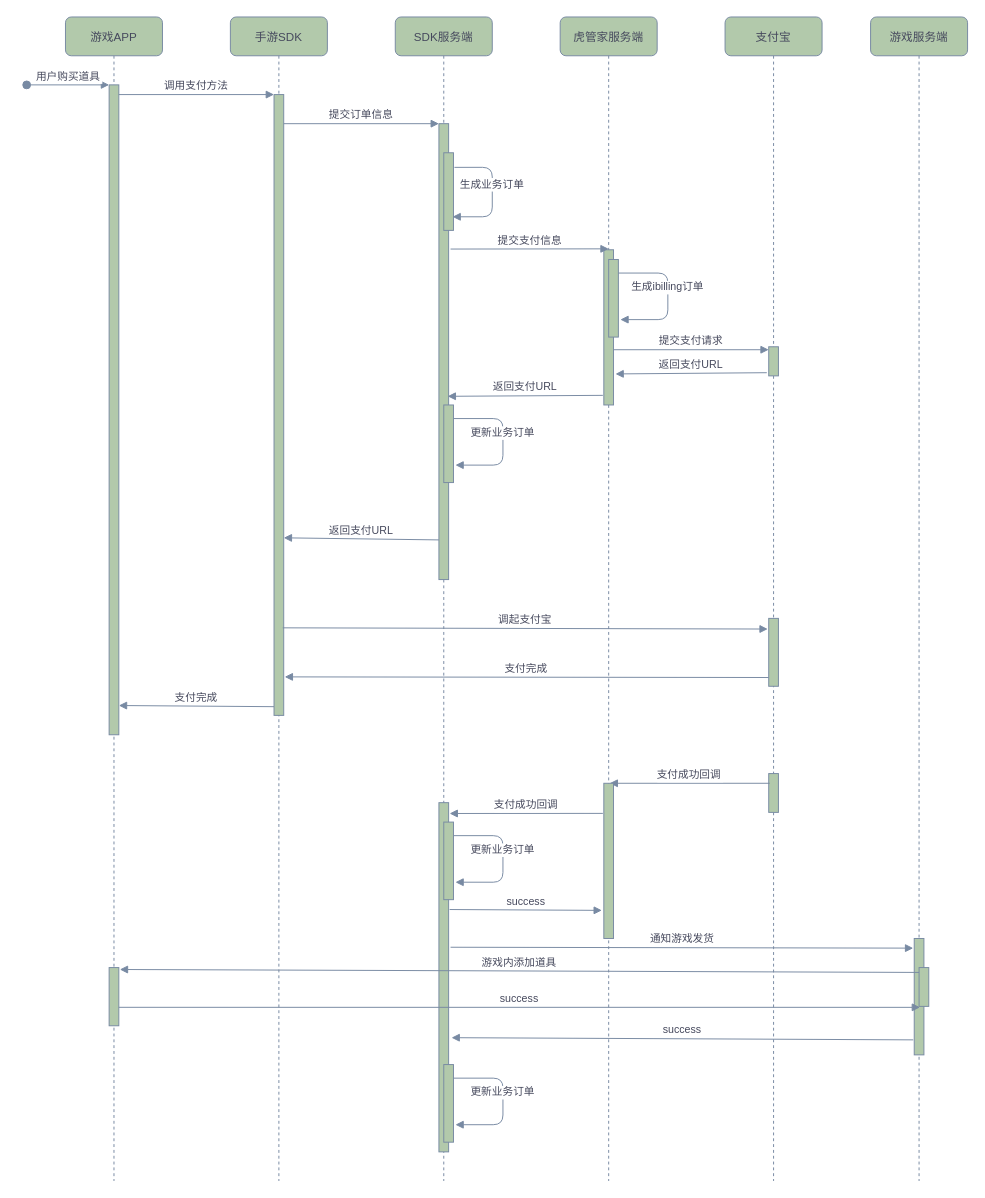
Before: Untitled Diagram.drawio in hmysy/TU, a draw.io diagram. Source tidied: cells renumbered, new cells numbered last; positions are measured from the earlier drawing's top-left corner, leaving out a move shared by most shapes. Both pictures are drawn from the tidied source at 97%, with x=0, y=0 at pixel (26, 16).
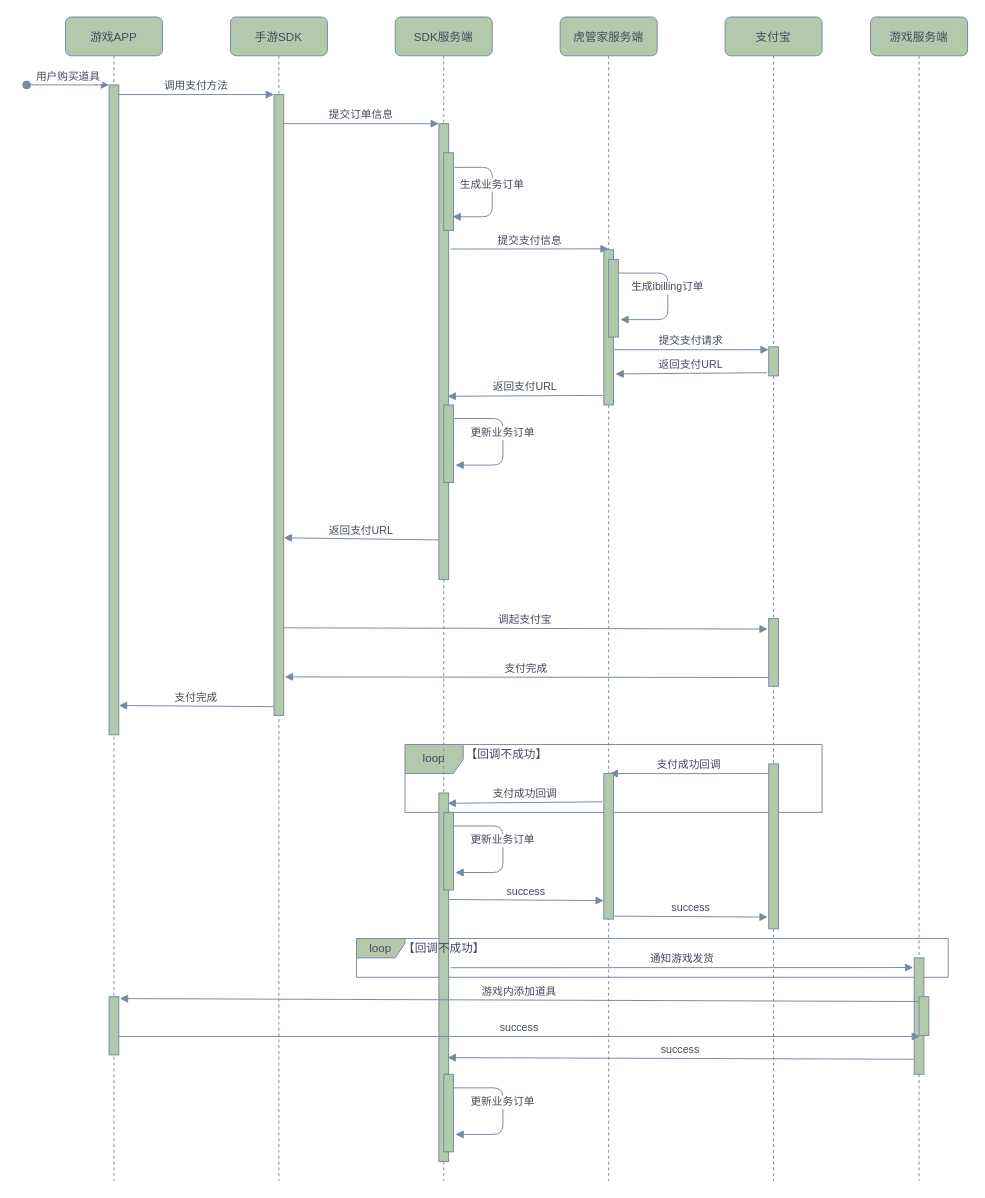
Above is the later version.

Diff of the diagram source:
```diff
@@
+    <mxCell id="48" style="group;" parent="1" vertex="1">
+      <mxGeometry x="390" y="750" width="430" height="70" as="geometry" />
+    </mxCell>
+    <mxCell id="49" value="loop" style="shape=umlFrame;whiteSpace=wrap;html=1;rounded=1;shadow=0;glass=0;sketch=0;fontColor=#46495D;strokeColor=#788AA3;fillColor=#B2C9AB;" parent="48" vertex="1">
+      <mxGeometry width="430" height="70" as="geometry" />
+    </mxCell>
+    <mxCell id="50" value="【回调不成功】" style="text;html=1;strokeColor=none;fillColor=none;align=center;verticalAlign=middle;whiteSpace=wrap;rounded=0;shadow=0;glass=0;sketch=0;fontColor=#46495D;" parent="48" vertex="1">
+      <mxGeometry x="60" width="90" height="20" as="geometry" />
+    </mxCell>
+    <mxCell id="51" value="loop" style="shape=umlFrame;whiteSpace=wrap;html=1;rounded=1;shadow=0;glass=0;sketch=0;fontColor=#46495D;strokeColor=#788AA3;fillColor=#B2C9AB;width=50;height=20;" parent="1" vertex="1">
+      <mxGeometry x="340" y="950" width="610" height="40" as="geometry" />
+    </mxCell>
@@
     <mxCell id="31" style="points=[];perimeter=orthogonalPerimeter;shadow=0;strokeWidth=1;fillColor=#B2C9AB;strokeColor=#788AA3;fontColor=#46495D;" parent="1" vertex="1">
-      <mxGeometry x="765" y="780" width="10" height="40" as="geometry" />
+      <mxGeometry x="765" y="770" width="10" height="170" as="geometry" />
     </mxCell>
-    <mxCell id="32" value="支付成功回调" style="verticalAlign=bottom;endArrow=block;entryX=0.6;entryY=0;shadow=0;strokeWidth=1;strokeColor=#788AA3;fontColor=#46495D;exitX=0.1;exitY=0.25;exitDx=0;exitDy=0;exitPerimeter=0;entryDx=0;entryDy=0;entryPerimeter=0;" parent="1" edge="1" source="31" target="33">
+    <mxCell id="32" value="支付成功回调" style="verticalAlign=bottom;endArrow=block;entryX=0.6;entryY=0;shadow=0;strokeWidth=1;strokeColor=#788AA3;fontColor=#46495D;exitX=0;exitY=0.059;exitDx=0;exitDy=0;exitPerimeter=0;entryDx=0;entryDy=0;entryPerimeter=0;" parent="1" edge="1" source="31" target="33">
       <mxGeometry relative="1" as="geometry" />
     </mxCell>
     <mxCell id="33" style="points=[];perimeter=orthogonalPerimeter;shadow=0;strokeWidth=1;fillColor=#B2C9AB;strokeColor=#788AA3;fontColor=#46495D;" parent="1" vertex="1">
-      <mxGeometry x="595" y="790" width="10" height="160" as="geometry" />
+      <mxGeometry x="595" y="780" width="10" height="150" as="geometry" />
     </mxCell>
     <mxCell id="34" style="points=[];perimeter=orthogonalPerimeter;shadow=0;strokeWidth=1;fillColor=#B2C9AB;strokeColor=#788AA3;fontColor=#46495D;" parent="1" vertex="1">
-      <mxGeometry x="425" y="810" width="10" height="360" as="geometry" />
+      <mxGeometry x="425" y="800" width="10" height="380" as="geometry" />
     </mxCell>
-    <mxCell id="35" value="支付成功回调" style="verticalAlign=bottom;endArrow=block;shadow=0;strokeWidth=1;strokeColor=#788AA3;fontColor=#46495D;exitX=-0.1;exitY=0.194;exitDx=0;exitDy=0;exitPerimeter=0;entryX=1.1;entryY=0.031;entryDx=0;entryDy=0;entryPerimeter=0;" parent="1" edge="1" source="33" target="34">
+    <mxCell id="35" value="支付成功回调" style="verticalAlign=bottom;endArrow=block;shadow=0;strokeWidth=1;strokeColor=#788AA3;fontColor=#46495D;exitX=-0.1;exitY=0.194;exitDx=0;exitDy=0;exitPerimeter=0;entryX=0.9;entryY=0.028;entryDx=0;entryDy=0;entryPerimeter=0;" parent="1" edge="1" source="33" target="34">
       <mxGeometry relative="1" as="geometry" />
     </mxCell>
     <mxCell id="36" style="points=[];perimeter=orthogonalPerimeter;shadow=0;strokeWidth=1;fillColor=#B2C9AB;strokeColor=#788AA3;fontColor=#46495D;" parent="1" vertex="1">
-      <mxGeometry x="430" y="830" width="10" height="80" as="geometry" />
+      <mxGeometry x="430" y="820" width="10" height="80" as="geometry" />
     </mxCell>
     <mxCell id="37" value="更新业务订单" style="verticalAlign=bottom;endArrow=block;entryX=1.2;entryY=0.775;shadow=0;strokeWidth=1;strokeColor=#788AA3;fontColor=#46495D;edgeStyle=orthogonalEdgeStyle;entryDx=0;entryDy=0;entryPerimeter=0;exitX=1;exitY=0.175;exitDx=0;exitDy=0;exitPerimeter=0;" parent="1" edge="1" source="36" target="36">
       <mxGeometry relative="1" as="geometry">
         <Array as="points">
-          <mxPoint x="491" y="844" />
-          <mxPoint x="491" y="892" />
+          <mxPoint x="491" y="834" />
+          <mxPoint x="491" y="882" />
         </Array>
       </mxGeometry>
     </mxCell>
-    <mxCell id="38" value="通知游戏发货" style="verticalAlign=bottom;endArrow=block;shadow=0;strokeWidth=1;strokeColor=#788AA3;fontColor=#46495D;exitX=1.2;exitY=0.414;exitDx=0;exitDy=0;exitPerimeter=0;entryX=-0.1;entryY=0.083;entryDx=0;entryDy=0;entryPerimeter=0;" parent="1" edge="1" source="34" target="40">
+    <mxCell id="38" value="通知游戏发货" style="verticalAlign=bottom;endArrow=block;shadow=0;strokeWidth=1;strokeColor=#788AA3;fontColor=#46495D;entryX=-0.1;entryY=0.083;entryDx=0;entryDy=0;entryPerimeter=0;exitX=1.2;exitY=0.474;exitDx=0;exitDy=0;exitPerimeter=0;" parent="1" edge="1" source="34" target="40">
       <mxGeometry relative="1" as="geometry" />
     </mxCell>
-    <mxCell id="39" value="success" style="verticalAlign=bottom;endArrow=block;shadow=0;strokeWidth=1;strokeColor=#788AA3;fontColor=#46495D;entryX=-0.2;entryY=0.819;entryDx=0;entryDy=0;entryPerimeter=0;exitX=1.1;exitY=0.306;exitDx=0;exitDy=0;exitPerimeter=0;" parent="1" edge="1" source="34" target="33">
+    <mxCell id="39" value="success" style="verticalAlign=bottom;endArrow=block;shadow=0;strokeWidth=1;strokeColor=#788AA3;fontColor=#46495D;exitX=1;exitY=0.289;exitDx=0;exitDy=0;exitPerimeter=0;entryX=0;entryY=0.873;entryDx=0;entryDy=0;entryPerimeter=0;" parent="1" edge="1" source="34" target="33">
       <mxGeometry relative="1" as="geometry" />
     </mxCell>
     <mxCell id="40" style="points=[];perimeter=orthogonalPerimeter;shadow=0;strokeWidth=1;fillColor=#B2C9AB;strokeColor=#788AA3;fontColor=#46495D;" parent="1" vertex="1">
-      <mxGeometry x="915" y="950" width="10" height="120" as="geometry" />
+      <mxGeometry x="915" y="970" width="10" height="120" as="geometry" />
     </mxCell>
-    <mxCell id="41" value="success" style="verticalAlign=bottom;endArrow=block;shadow=0;strokeWidth=1;strokeColor=#788AA3;fontColor=#46495D;exitX=-0.1;exitY=0.871;exitDx=0;exitDy=0;exitPerimeter=0;entryX=1.3;entryY=0.673;entryDx=0;entryDy=0;entryPerimeter=0;" parent="1" edge="1" source="40" target="34">
+    <mxCell id="41" value="success" style="verticalAlign=bottom;endArrow=block;shadow=0;strokeWidth=1;strokeColor=#788AA3;fontColor=#46495D;exitX=-0.1;exitY=0.871;exitDx=0;exitDy=0;exitPerimeter=0;entryX=0.9;entryY=0.718;entryDx=0;entryDy=0;entryPerimeter=0;" parent="1" edge="1" source="40" target="34">
       <mxGeometry relative="1" as="geometry" />
     </mxCell>
     <mxCell id="42" style="points=[];perimeter=orthogonalPerimeter;shadow=0;strokeWidth=1;fillColor=#B2C9AB;strokeColor=#788AA3;fontColor=#46495D;" parent="1" vertex="1">
-      <mxGeometry x="430" y="1080" width="10" height="80" as="geometry" />
+      <mxGeometry x="430" y="1090" width="10" height="80" as="geometry" />
     </mxCell>
     <mxCell id="43" value="更新业务订单" style="verticalAlign=bottom;endArrow=block;entryX=1.2;entryY=0.775;shadow=0;strokeWidth=1;strokeColor=#788AA3;fontColor=#46495D;edgeStyle=orthogonalEdgeStyle;entryDx=0;entryDy=0;entryPerimeter=0;exitX=1;exitY=0.175;exitDx=0;exitDy=0;exitPerimeter=0;" parent="1" edge="1" source="42" target="42">
       <mxGeometry relative="1" as="geometry">
         <Array as="points">
-          <mxPoint x="491" y="1094" />
-          <mxPoint x="491" y="1142" />
+          <mxPoint x="491" y="1104" />
+          <mxPoint x="491" y="1152" />
         </Array>
       </mxGeometry>
     </mxCell>
     <mxCell id="44" style="points=[];perimeter=orthogonalPerimeter;shadow=0;strokeWidth=1;fillColor=#B2C9AB;strokeColor=#788AA3;fontColor=#46495D;" parent="1" vertex="1">
-      <mxGeometry x="920" y="980" width="10" height="40" as="geometry" />
+      <mxGeometry x="920" y="1010" width="10" height="40" as="geometry" />
     </mxCell>
@@
     <mxCell id="46" style="points=[];perimeter=orthogonalPerimeter;shadow=0;strokeWidth=1;fillColor=#B2C9AB;strokeColor=#788AA3;fontColor=#46495D;" parent="1" vertex="1">
-      <mxGeometry x="85" y="980" width="10" height="60" as="geometry" />
+      <mxGeometry x="85" y="1010" width="10" height="60" as="geometry" />
     </mxCell>
@@
+    <mxCell id="52" value="success" style="verticalAlign=bottom;endArrow=block;shadow=0;strokeWidth=1;strokeColor=#788AA3;fontColor=#46495D;entryX=-0.1;entryY=0.929;entryDx=0;entryDy=0;entryPerimeter=0;exitX=1.1;exitY=0.98;exitDx=0;exitDy=0;exitPerimeter=0;" parent="1" edge="1" source="33" target="31">
+      <mxGeometry relative="1" as="geometry" />
+    </mxCell>
+    <mxCell id="53" value="【回调不成功】" style="text;html=1;strokeColor=none;fillColor=none;align=center;verticalAlign=middle;whiteSpace=wrap;rounded=0;shadow=0;glass=0;sketch=0;fontColor=#46495D;" parent="1" vertex="1">
+      <mxGeometry x="365.5" y="950" width="129" height="20" as="geometry" />
+    </mxCell>
```
